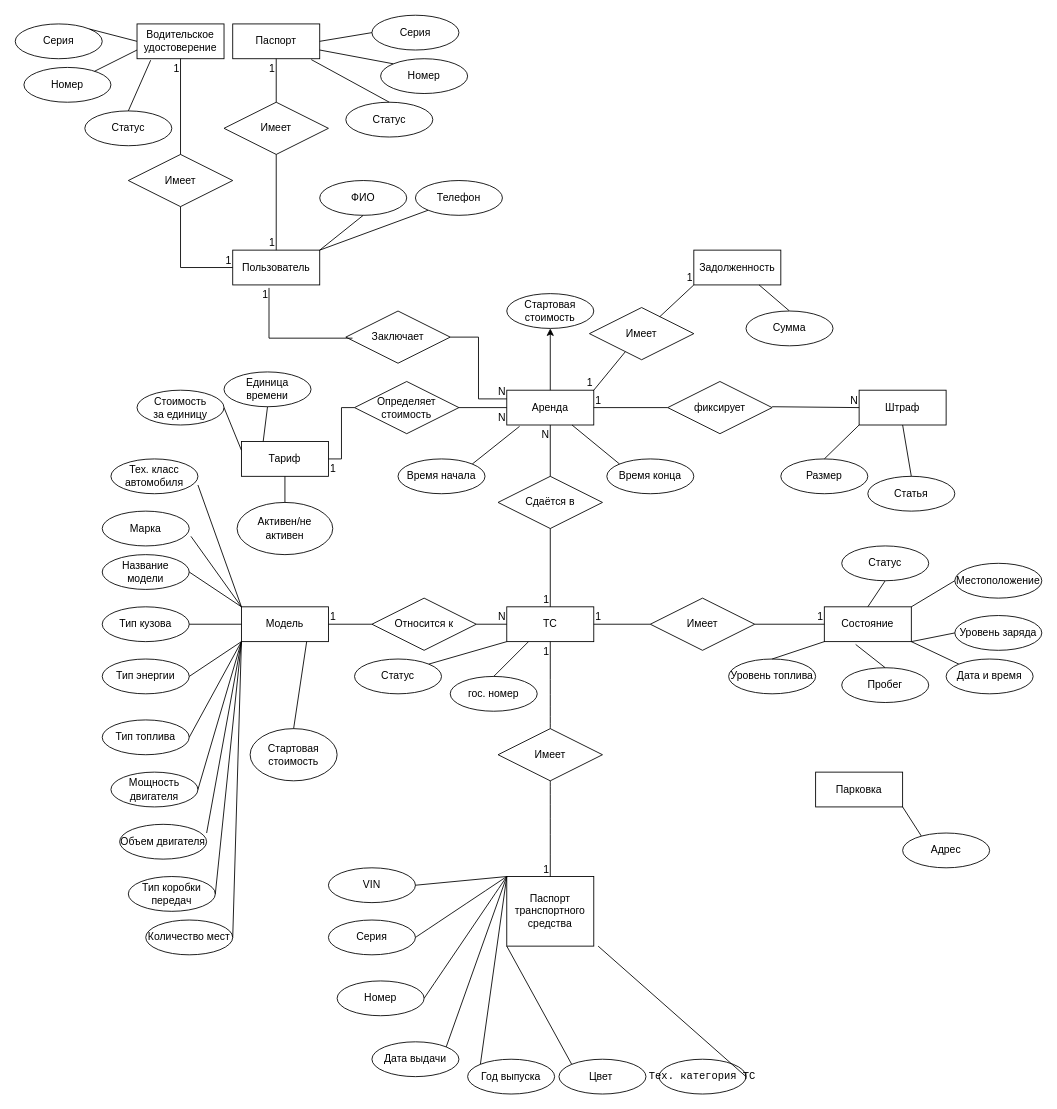
This is 02-er/ERD.drawio.xml from maurice-yandex-practicum/IT_Project_Kubrakov, a draw.io file, before an edit. Source tidied: cells renumbered, new cells numbered last; positions are measured from the earlier drawing's top-left corner, leaving out a move shared by most shapes. Both pictures are drawn from the tidied source at 87%, with x=0, y=0 at pixel (15, 15).
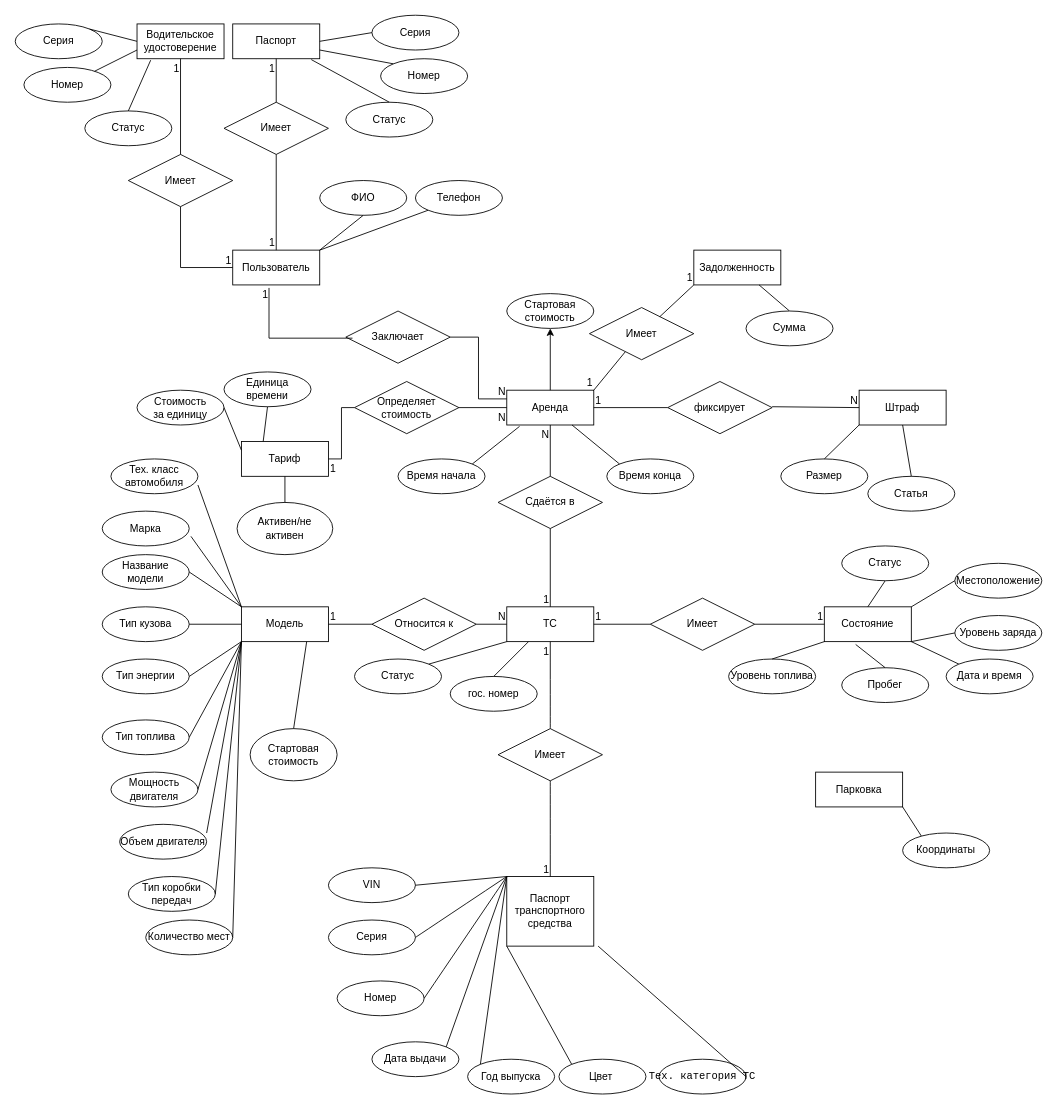
After the change.

Diff of the diagram source:
```diff
@@
-    <mxCell id="133" value="Адрес" style="ellipse;whiteSpace=wrap;html=1;align=center;" parent="1" vertex="1">
+    <mxCell id="133" value="Координаты" style="ellipse;whiteSpace=wrap;html=1;align=center;" parent="1" vertex="1">
       <mxGeometry x="1020" y="940" width="100" height="40" as="geometry" />
     </mxCell>
```
